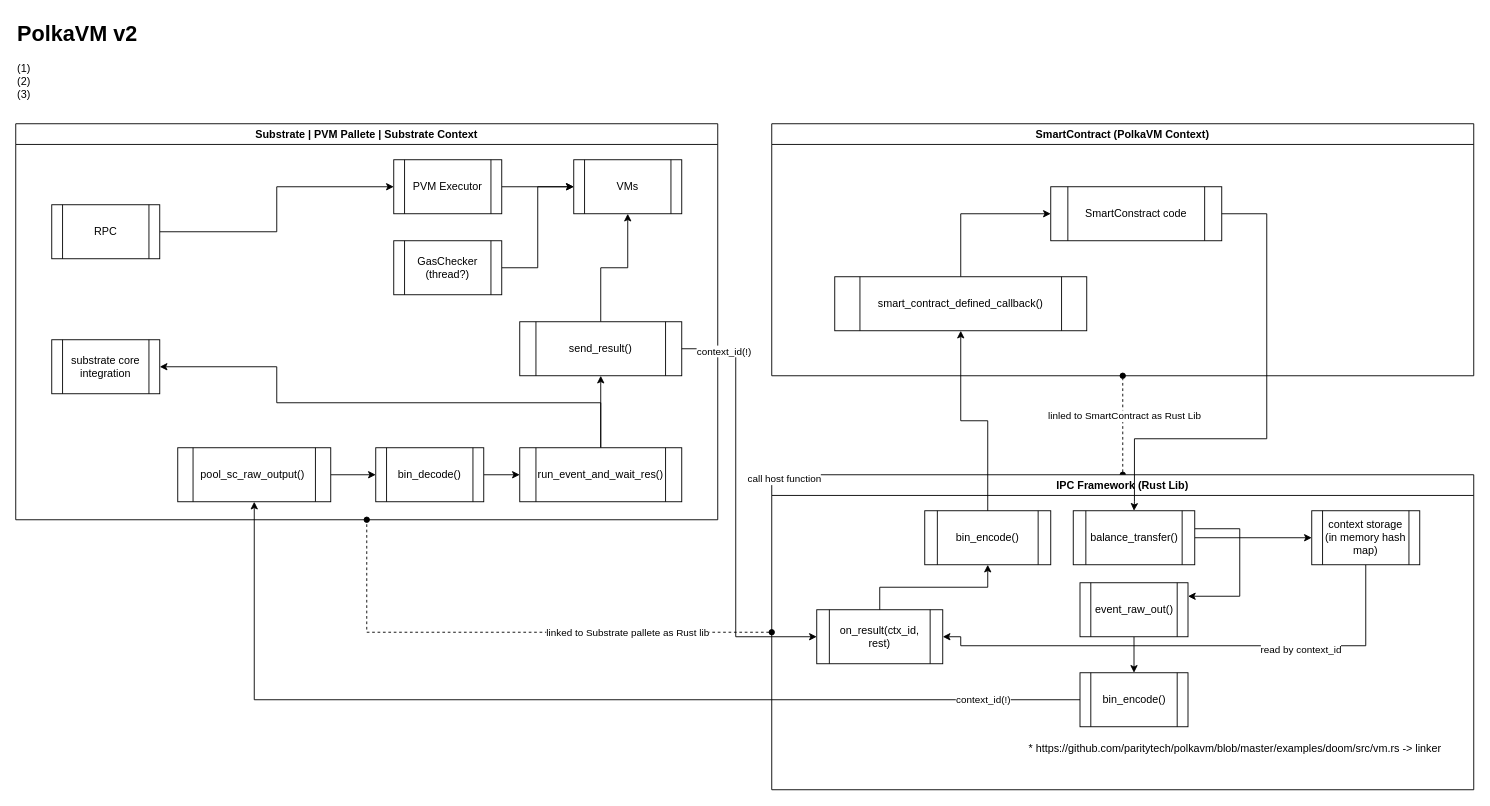
QuantumFusion-network/spec keeps this draw.io diagram as docs/PolkaVM/PolkaVMv2.drawio. Above is the earlier version. Source tidied: cells renumbered, new cells numbered last; positions are measured from the earlier drawing's top-left corner, leaving out a move shared by most shapes. Both pictures are drawn from the tidied source at 90%, with x=0, y=0 at pixel (15, 15).
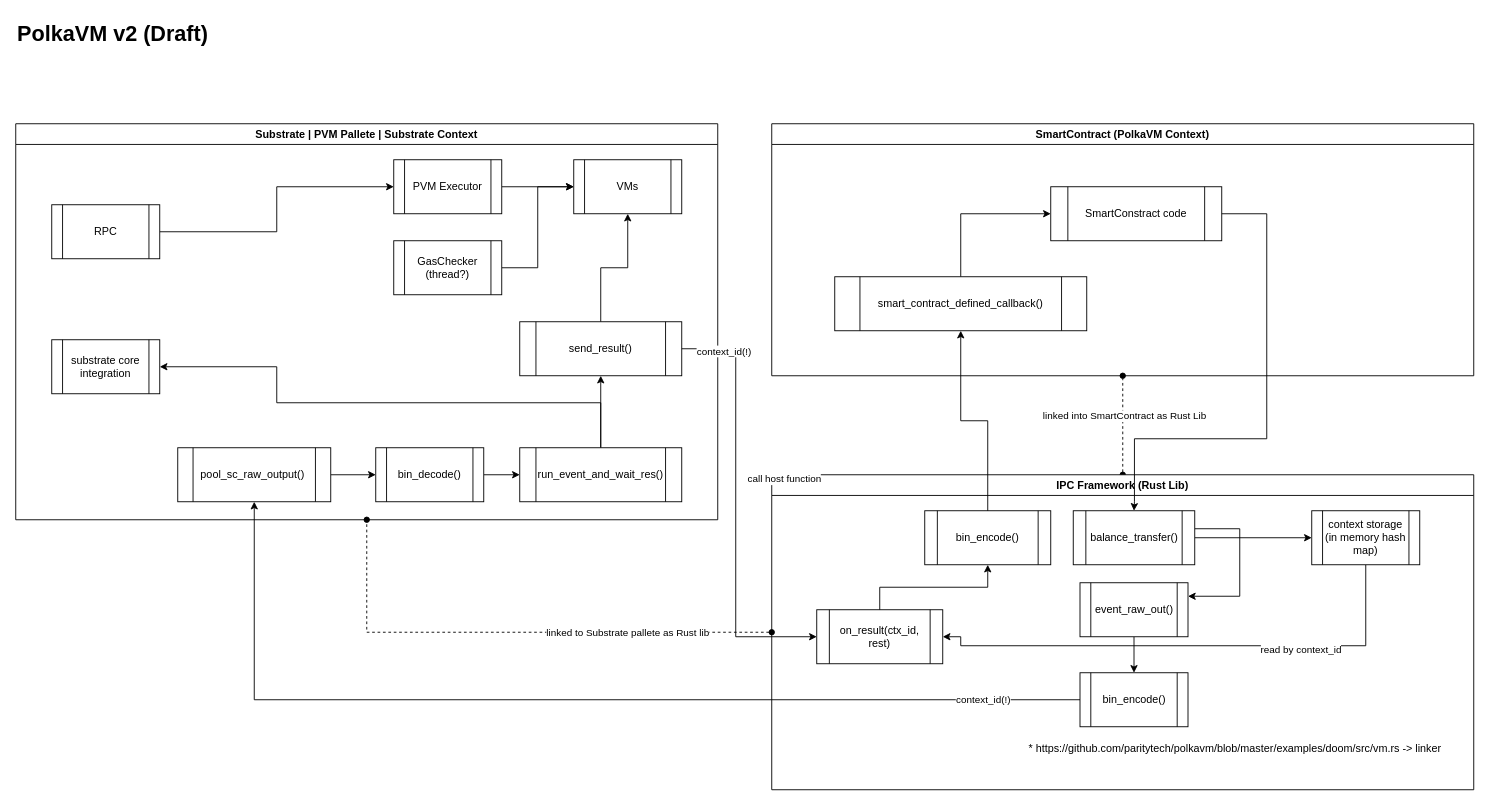
After the change.

Commit message:
Add: raw draft (mostly will be used for internal purposes)

The change refers to these unchanged cells:
```xml
<mxCell id="25" style="edgeStyle=orthogonalEdgeStyle;rounded=0;jettySize=auto;html=1;entryX=0.5;entryY=1;entryDx=0;entryDy=0;startArrow=oval;startFill=1;endArrow=oval;endFill=1;dashed=1;" parent="1" edge="1" source="29" target="21">
  <mxGeometry relative="1" as="geometry" />
</mxCell>
```

Change to the diagram source:
```diff
@@
-    <mxCell id="2" value="&lt;h1 style=&quot;margin-top: 0px;&quot;&gt;PolkaVM v2&lt;/h1&gt;&lt;p&gt;(1)&lt;br&gt;(2)&lt;br&gt;(3)&lt;/p&gt;" style="text;html=1;whiteSpace=wrap;overflow=hidden;rounded=0;" parent="1" vertex="1">
+    <mxCell id="2" value="&lt;h1 style=&quot;margin-top: 0px;&quot;&gt;PolkaVM v2 (Draft)&lt;/h1&gt;&lt;p&gt;&lt;br&gt;&lt;/p&gt;" style="text;html=1;whiteSpace=wrap;overflow=hidden;rounded=0;" parent="1" vertex="1">
       <mxGeometry width="760" height="120" as="geometry" />
     </mxCell>
@@
-    <mxCell id="26" value="linled to SmartContract as Rust Lib" style="edgeLabel;html=1;align=center;verticalAlign=middle;" parent="25" vertex="1">
+    <mxCell id="26" value="linked into SmartContract as Rust Lib" style="edgeLabel;html=1;align=center;verticalAlign=middle;" parent="25" vertex="1">
       <mxGeometry x="0.2" y="-1" relative="1" as="geometry" />
     </mxCell>
```
